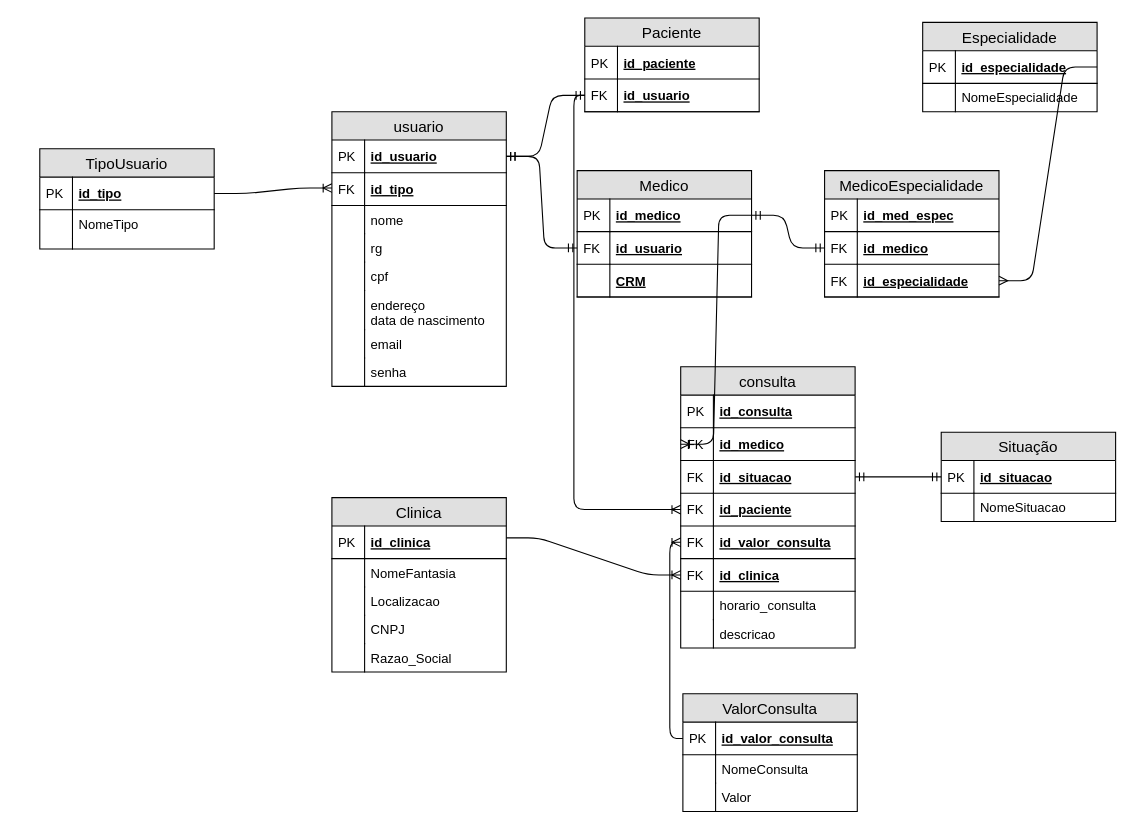
xcrispis/senai_spmedgroup_sprint1_-bd_manha1_marco keeps this draw.io diagram as page "lógico" (1 of 2) of Backend Modelagem/Modelagem Logica.drawio. Above is the earlier version. Source tidied: cells renumbered, new cells numbered last; positions are measured from the earlier drawing's top-left corner, leaving out a move shared by most shapes. Both pictures are drawn from the tidied source at 109%, with x=0, y=0 at pixel (39, 17).
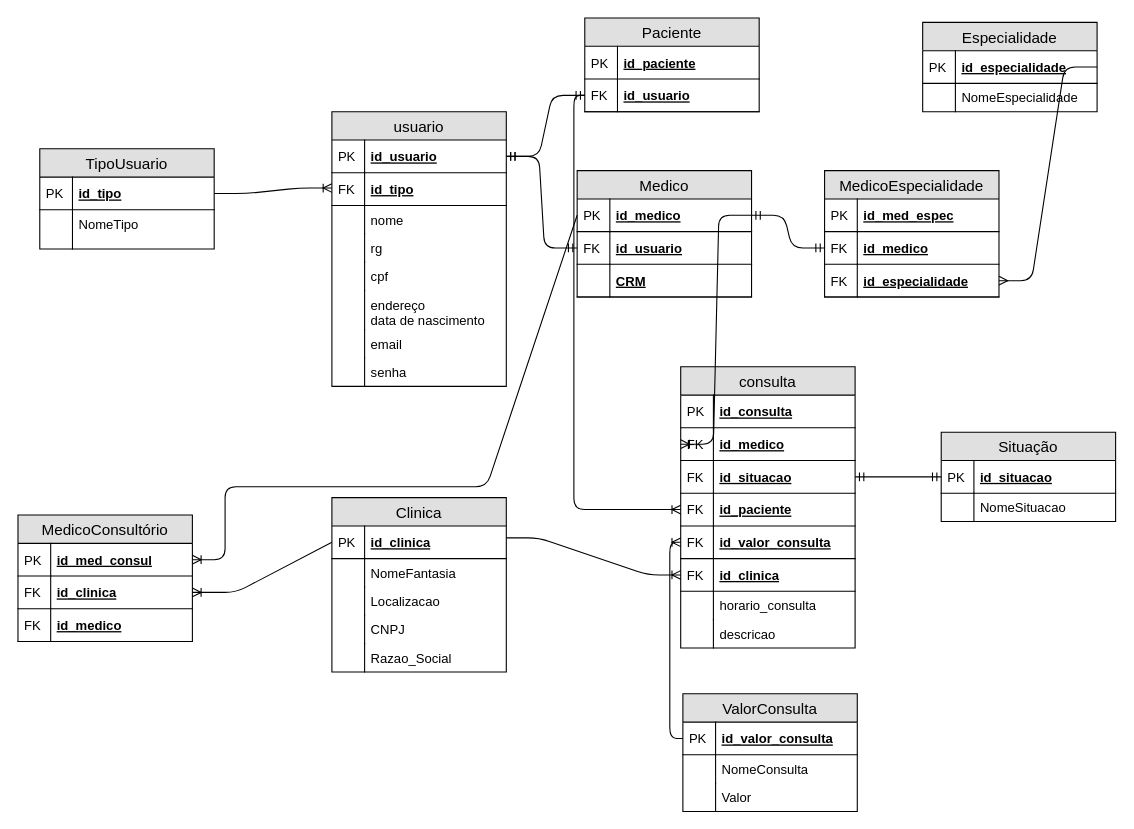
After the change.

The change refers to these unchanged cells:
```xml
<mxCell id="61" value="id_clinica" style="shape=partialRectangle;top=0;left=0;right=0;bottom=1;align=left;verticalAlign=middle;fillColor=none;spacingLeft=34;spacingRight=4;overflow=hidden;points=[[0,0.5],[1,0.5]];portConstraint=eastwest;fontStyle=5;fontSize=12;" parent="60" vertex="1">
  <mxGeometry y="26" width="160" height="30" as="geometry" />
</mxCell>
<mxCell id="77" value="id_medico" style="shape=partialRectangle;top=0;left=0;right=0;bottom=1;align=left;verticalAlign=middle;fillColor=none;spacingLeft=34;spacingRight=4;overflow=hidden;points=[[0,0.5],[1,0.5]];portConstraint=eastwest;fontStyle=5;fontSize=12;" parent="76" vertex="1">
  <mxGeometry y="26" width="160" height="30" as="geometry" />
</mxCell>
```

Change to the diagram source:
```diff
@@
+    <mxCell id="100" value="MedicoConsultório" style="swimlane;fontStyle=0;horizontal=1;startSize=26;fillColor=#e0e0e0;swimlaneFillColor=#ffffff;align=center;fontSize=14;" parent="1" vertex="1">
+      <mxGeometry x="-20" y="456" width="160" height="116" as="geometry" />
+    </mxCell>
+    <mxCell id="101" value="id_med_consul" style="shape=partialRectangle;top=0;left=0;right=0;bottom=1;align=left;verticalAlign=middle;fillColor=none;spacingLeft=34;spacingRight=4;overflow=hidden;points=[[0,0.5],[1,0.5]];portConstraint=eastwest;fontStyle=5;fontSize=12;" parent="100" vertex="1">
+      <mxGeometry y="26" width="160" height="30" as="geometry" />
+    </mxCell>
+    <mxCell id="102" value="PK" style="shape=partialRectangle;top=0;left=0;bottom=0;fillColor=none;align=left;verticalAlign=middle;spacingLeft=4;spacingRight=4;overflow=hidden;fontSize=12;" parent="101" vertex="1">
+      <mxGeometry width="30" height="30" as="geometry" />
+    </mxCell>
+    <mxCell id="103" value="id_clinica" style="shape=partialRectangle;top=0;left=0;right=0;bottom=1;align=left;verticalAlign=middle;fillColor=none;spacingLeft=34;spacingRight=4;overflow=hidden;points=[[0,0.5],[1,0.5]];portConstraint=eastwest;fontStyle=5;fontSize=12;" parent="100" vertex="1">
+      <mxGeometry y="56" width="160" height="30" as="geometry" />
+    </mxCell>
+    <mxCell id="104" value="FK" style="shape=partialRectangle;top=0;left=0;bottom=0;fillColor=none;align=left;verticalAlign=middle;spacingLeft=4;spacingRight=4;overflow=hidden;fontSize=12;" parent="103" vertex="1">
+      <mxGeometry width="30" height="30" as="geometry" />
+    </mxCell>
+    <mxCell id="105" value="id_medico" style="shape=partialRectangle;top=0;left=0;right=0;bottom=1;align=left;verticalAlign=middle;fillColor=none;spacingLeft=34;spacingRight=4;overflow=hidden;fontStyle=5;fontSize=12;" parent="100" vertex="1">
+      <mxGeometry y="86" width="160" height="30" as="geometry" />
+    </mxCell>
+    <mxCell id="106" value="FK" style="shape=partialRectangle;top=0;left=0;bottom=0;fillColor=none;align=left;verticalAlign=middle;spacingLeft=4;spacingRight=4;overflow=hidden;fontSize=12;" parent="105" vertex="1">
+      <mxGeometry width="30" height="30" as="geometry" />
+    </mxCell>
+    <mxCell id="107" style="fontSize=12;html=1;endArrow=ERoneToMany;exitX=0;exitY=0.5;exitDx=0;exitDy=0;elbow=vertical;anchorPointDirection=0;snapToPoint=1;" parent="1" edge="1" source="77" target="101">
+      <mxGeometry relative="1" as="geometry">
+        <Array as="points">
+          <mxPoint x="410" y="430" />
+          <mxPoint x="170" y="430" />
+          <mxPoint x="170" y="497" />
+        </Array>
+      </mxGeometry>
+    </mxCell>
+    <mxCell id="108" style="fontSize=12;html=1;endArrow=ERoneToMany;exitX=0;exitY=0.5;exitDx=0;exitDy=0;elbow=vertical;anchorPointDirection=0;snapToPoint=1;entryX=1;entryY=0.5;entryDx=0;entryDy=0;" parent="1" edge="1" source="61" target="103">
+      <mxGeometry relative="1" as="geometry">
+        <Array as="points">
+          <mxPoint x="180" y="527" />
+        </Array>
+      </mxGeometry>
+    </mxCell>
```
